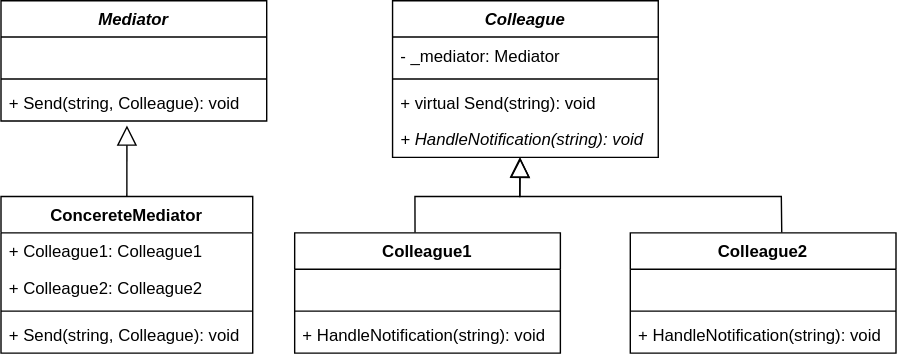
Before: DesignPatternsInCSharp/Behavioral/Mediator/Mediator.svg, a diagram exported from draw.io (adamradocz/DesignPatternsInCSharp). Source tidied: cells renumbered, new cells last; positions are measured from the earlier drawing's top-left corner, leaving out a move shared by most shapes.
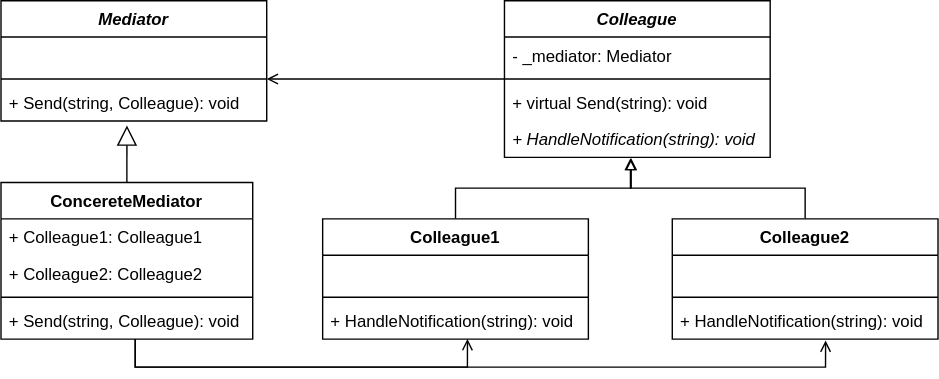
After the change.

Commit message:
fix uml diagram

The edit, as a diff of the source:
```diff
@@ -2,8 +2,11 @@
   <root>
     <mxCell id="0" />
     <mxCell id="1" parent="0" />
+    <mxCell id="27" style="edgeStyle=orthogonalEdgeStyle;rounded=0;jettySize=auto;html=1;entryX=1;entryY=0.5;entryDx=0;entryDy=0;entryPerimeter=0;endArrow=open;endFill=0;" parent="1" edge="1" source="2" target="22">
+      <mxGeometry relative="1" as="geometry" />
+    </mxCell>
     <mxCell id="2" value="Colleague" style="swimlane;fontStyle=3;align=center;verticalAlign=top;horizontal=1;startSize=26;" parent="1" vertex="1">
-      <mxGeometry x="280" width="190" height="112" as="geometry" />
+      <mxGeometry x="390" y="10" width="190" height="112" as="geometry" />
     </mxCell>
     <mxCell id="3" value="- _mediator: Mediator" style="text;strokeColor=none;fillColor=none;align=left;verticalAlign=top;spacingLeft=4;spacingRight=4;overflow=hidden;" parent="2" vertex="1">
       <mxGeometry y="26" width="190" height="26" as="geometry" />
@@ -17,8 +20,11 @@
     <mxCell id="6" value="+ HandleNotification(string): void" style="text;strokeColor=none;fillColor=none;align=left;verticalAlign=top;spacingLeft=4;spacingRight=4;overflow=hidden;points=[[0,0.5],[1,0.5]];portConstraint=eastwest;fontStyle=2;" parent="2" vertex="1">
       <mxGeometry y="86" width="190" height="26" as="geometry" />
     </mxCell>
+    <mxCell id="28" style="edgeStyle=orthogonalEdgeStyle;rounded=0;jettySize=auto;html=1;entryX=0.477;entryY=1.027;entryDx=0;entryDy=0;entryPerimeter=0;endArrow=block;endFill=0;" parent="1" edge="1" source="7" target="6">
+      <mxGeometry relative="1" as="geometry" />
+    </mxCell>
     <mxCell id="7" value="Colleague1" style="swimlane;fontStyle=1;align=center;verticalAlign=top;horizontal=1;startSize=26;" parent="1" vertex="1">
-      <mxGeometry x="210" y="166" width="190" height="86" as="geometry" />
+      <mxGeometry x="260" y="166" width="190" height="86" as="geometry" />
     </mxCell>
     <mxCell id="8" value=" " style="text;strokeColor=none;fillColor=none;align=left;verticalAlign=top;spacingLeft=4;spacingRight=4;overflow=hidden;" parent="7" vertex="1">
       <mxGeometry y="26" width="190" height="26" as="geometry" />
@@ -29,8 +35,11 @@
     <mxCell id="10" value="+ HandleNotification(string): void" style="text;strokeColor=none;fillColor=none;align=left;verticalAlign=top;spacingLeft=4;spacingRight=4;overflow=hidden;" parent="7" vertex="1">
       <mxGeometry y="60" width="190" height="26" as="geometry" />
     </mxCell>
+    <mxCell id="29" style="edgeStyle=orthogonalEdgeStyle;rounded=0;jettySize=auto;html=1;entryX=0.474;entryY=1.027;entryDx=0;entryDy=0;entryPerimeter=0;endArrow=block;endFill=0;" parent="1" edge="1" source="11" target="6">
+      <mxGeometry relative="1" as="geometry" />
+    </mxCell>
     <mxCell id="11" value="Colleague2" style="swimlane;fontStyle=1;align=center;verticalAlign=top;horizontal=1;startSize=26;" parent="1" vertex="1">
-      <mxGeometry x="450" y="166" width="190" height="86" as="geometry" />
+      <mxGeometry x="510" y="166" width="190" height="86" as="geometry" />
     </mxCell>
     <mxCell id="12" value=" " style="text;strokeColor=none;fillColor=none;align=left;verticalAlign=top;spacingLeft=4;spacingRight=4;overflow=hidden;" parent="11" vertex="1">
       <mxGeometry y="26" width="190" height="26" as="geometry" />
@@ -41,8 +50,26 @@
     <mxCell id="14" value="+ HandleNotification(string): void" style="text;strokeColor=none;fillColor=none;align=left;verticalAlign=top;spacingLeft=4;spacingRight=4;overflow=hidden;points=[[0,0.5],[1,0.5]];portConstraint=eastwest;" parent="11" vertex="1">
       <mxGeometry y="60" width="190" height="26" as="geometry" />
     </mxCell>
+    <mxCell id="30" style="edgeStyle=orthogonalEdgeStyle;rounded=0;orthogonalLoop=1;jettySize=auto;html=1;entryX=0.566;entryY=0.995;entryDx=0;entryDy=0;entryPerimeter=0;endArrow=open;endFill=0;" parent="1" edge="1">
+      <mxGeometry relative="1" as="geometry">
+        <mxPoint x="126" y="252" as="sourcePoint" />
+        <mxPoint x="363.5" y="251.9" as="targetPoint" />
+        <Array as="points">
+          <mxPoint x="126" y="272" />
+          <mxPoint x="364" y="272" />
+        </Array>
+      </mxGeometry>
+    </mxCell>
+    <mxCell id="31" style="edgeStyle=orthogonalEdgeStyle;rounded=0;jettySize=auto;html=1;entryX=0.577;entryY=1.038;entryDx=0;entryDy=0;entryPerimeter=0;endArrow=open;endFill=0;exitX=0.533;exitY=0.995;exitDx=0;exitDy=0;exitPerimeter=0;" parent="1" edge="1" source="19" target="14">
+      <mxGeometry relative="1" as="geometry">
+        <Array as="points">
+          <mxPoint x="126" y="272" />
+          <mxPoint x="620" y="272" />
+        </Array>
+      </mxGeometry>
+    </mxCell>
     <mxCell id="15" value="ConcereteMediator" style="swimlane;fontStyle=1;align=center;verticalAlign=top;horizontal=1;startSize=26;" parent="1" vertex="1">
-      <mxGeometry y="140" width="180" height="112" as="geometry" />
+      <mxGeometry x="30" y="140" width="180" height="112" as="geometry" />
     </mxCell>
     <mxCell id="16" value="+ Colleague1: Colleague1" style="text;strokeColor=none;fillColor=none;align=left;verticalAlign=top;spacingLeft=4;spacingRight=4;overflow=hidden;" parent="15" vertex="1">
       <mxGeometry y="26" width="180" height="26" as="geometry" />
@@ -57,7 +84,7 @@
       <mxGeometry y="86" width="180" height="26" as="geometry" />
     </mxCell>
     <mxCell id="20" value="Mediator" style="swimlane;fontStyle=3;align=center;verticalAlign=top;horizontal=1;startSize=26;" parent="1" vertex="1">
-      <mxGeometry width="190" height="86" as="geometry" />
+      <mxGeometry x="30" y="10" width="190" height="86" as="geometry" />
     </mxCell>
     <mxCell id="21" value=" " style="text;strokeColor=none;fillColor=none;align=left;verticalAlign=top;spacingLeft=4;spacingRight=4;overflow=hidden;" parent="20" vertex="1">
       <mxGeometry y="26" width="190" height="26" as="geometry" />
@@ -71,23 +98,5 @@
     <mxCell id="24" style="endArrow=block;endFill=0;endSize=12;html=1;rounded=0;entryX=0.474;entryY=1.122;entryDx=0;entryDy=0;entryPerimeter=0;exitX=0.5;exitY=0;exitDx=0;exitDy=0;" parent="1" edge="1" source="15" target="23">
       <mxGeometry relative="1" as="geometry" />
     </mxCell>
-    <mxCell id="25" style="endArrow=block;endFill=0;endSize=12;html=1;rounded=0;entryX=0.481;entryY=1.05;entryDx=0;entryDy=0;entryPerimeter=0;exitX=0.453;exitY=-0.002;exitDx=0;exitDy=0;exitPerimeter=0;" parent="1" edge="1" source="7">
-      <mxGeometry relative="1" as="geometry">
-        <mxPoint x="371.4" y="112.3" as="targetPoint" />
-        <Array as="points">
-          <mxPoint x="296" y="140" />
-          <mxPoint x="371" y="140" />
-        </Array>
-      </mxGeometry>
-    </mxCell>
-    <mxCell id="26" style="endArrow=block;endFill=0;endSize=12;html=1;rounded=0;exitX=0.57;exitY=-0.003;exitDx=0;exitDy=0;exitPerimeter=0;" parent="1" edge="1" source="11">
-      <mxGeometry relative="1" as="geometry">
-        <mxPoint x="371" y="112" as="targetPoint" />
-        <Array as="points">
-          <mxPoint x="558" y="140" />
-          <mxPoint x="371" y="140" />
-        </Array>
-      </mxGeometry>
-    </mxCell>
   </root>
 </mxGraphModel>
```
